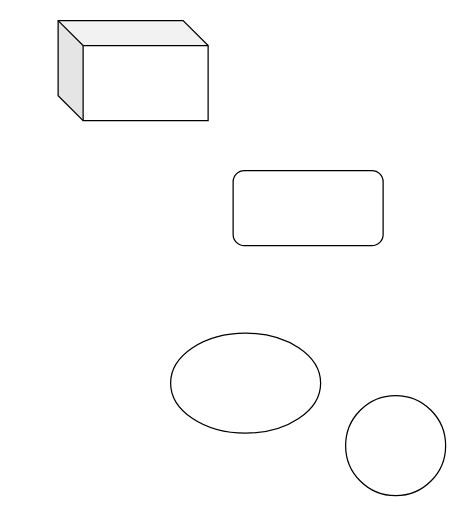
The draw.io diagram 19.drawio in fangshigithub/Draw, before the edit. Source tidied: cells renumbered, new cells numbered last; positions are measured from the earlier drawing's top-left corner, leaving out a move shared by most shapes. Both pictures are drawn from the tidied source at 125%, with x=0, y=0 at pixel (58, 20).
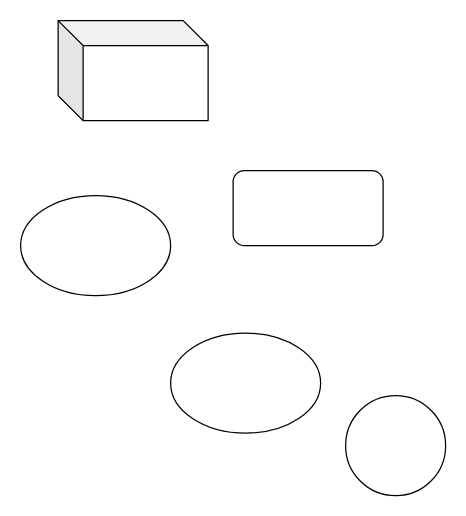
The same diagram, later.

The edit, as a diff of the source:
```diff
@@
 <mxGraphModel>
   <root>
     <mxCell id="0" />
     <mxCell id="1" parent="0" />
     <mxCell id="2" style="rounded=1;whiteSpace=wrap;html=1;" parent="1" vertex="1">
       <mxGeometry x="140" y="120" width="120" height="60" as="geometry" />
     </mxCell>
     <mxCell id="3" style="ellipse;whiteSpace=wrap;html=1;" parent="1" vertex="1">
       <mxGeometry x="230" y="300" width="80" height="80" as="geometry" />
     </mxCell>
     <mxCell id="4" style="shape=cube;whiteSpace=wrap;html=1;boundedLbl=1;backgroundOutline=1;darkOpacity=0.05;darkOpacity2=0.1;" parent="1" vertex="1">
       <mxGeometry width="120" height="80" as="geometry" />
     </mxCell>
     <mxCell id="5" style="ellipse;whiteSpace=wrap;html=1;" parent="1" vertex="1">
       <mxGeometry x="90" y="250" width="120" height="80" as="geometry" />
     </mxCell>
+    <mxCell id="6" style="ellipse;whiteSpace=wrap;html=1;" parent="1" vertex="1">
+      <mxGeometry x="-30" y="140" width="120" height="80" as="geometry" />
+    </mxCell>
   </root>
 </mxGraphModel>
```
